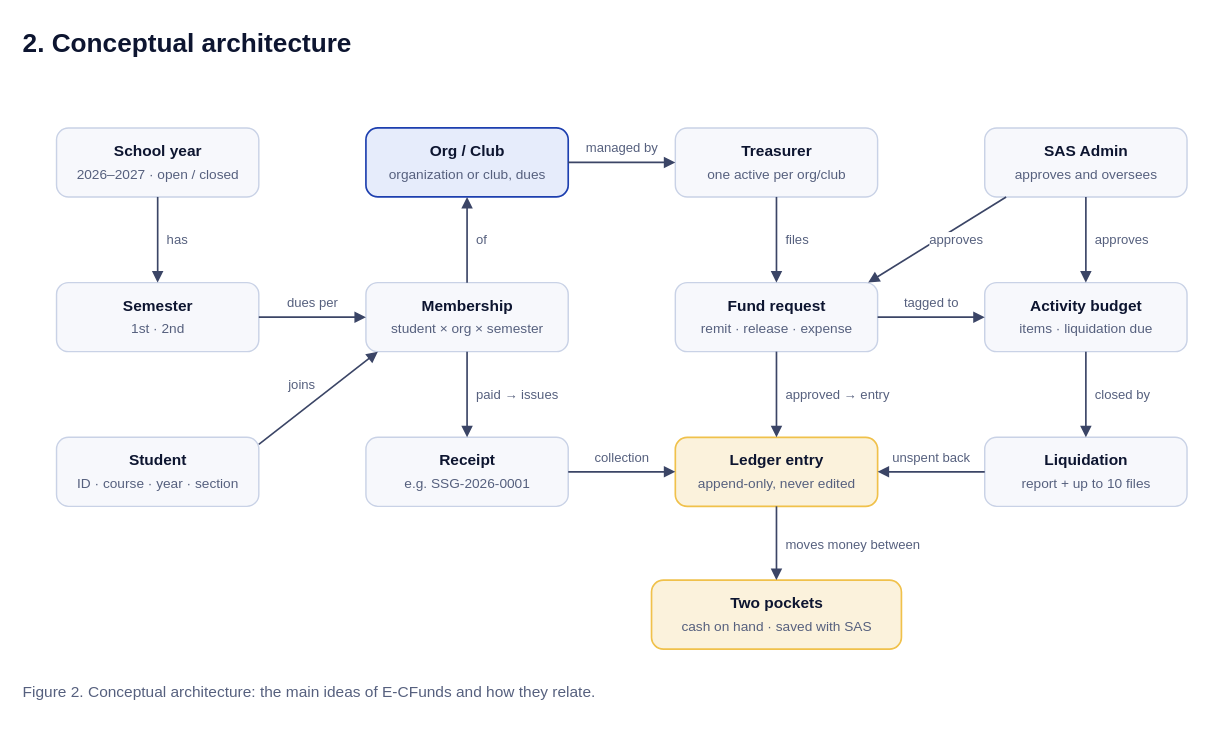
Above: page "2. Conceptual architecture" (2 of 8) of docs/diagrams/E-CFunds-System-Diagrams-editable.drawio in ramosneil/E-CFunds (draw.io), before the change. Source tidied: cells renumbered, new cells numbered last; positions are measured from the earlier drawing's top-left corner, leaving out a move shared by most shapes. Both pictures are drawn from the tidied source at 119%, with x=0, y=0 at pixel (20, 20).
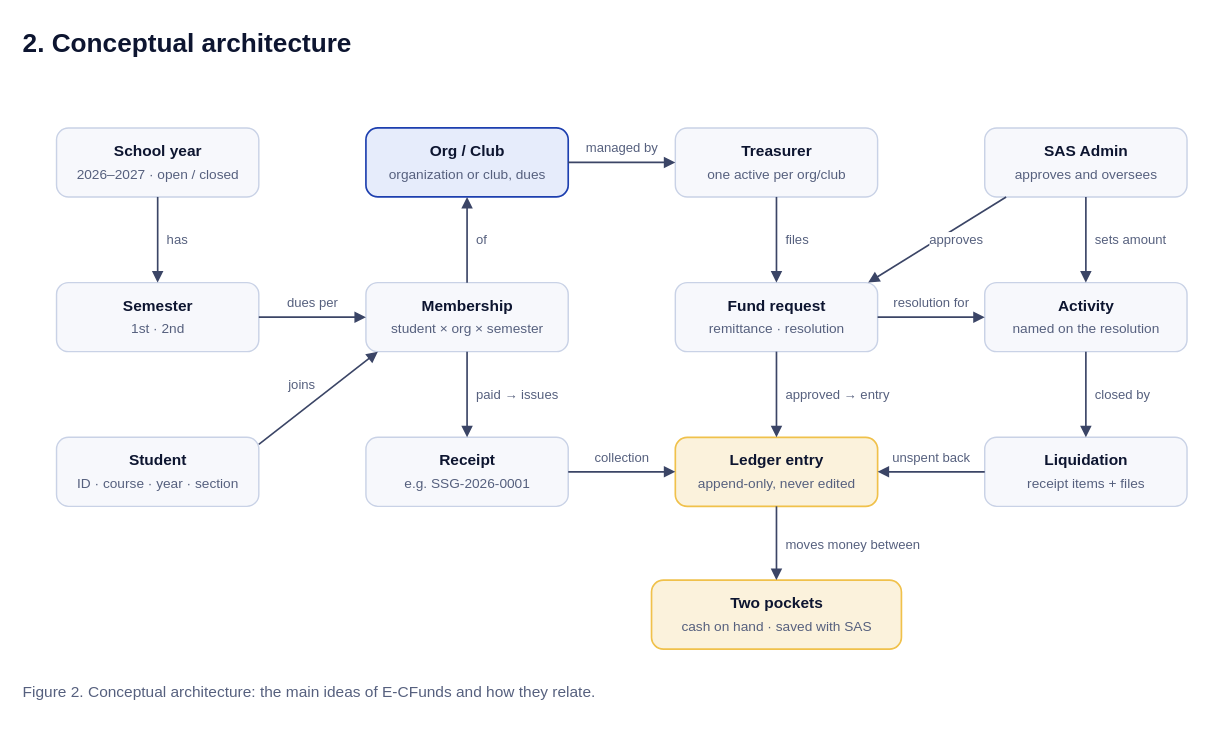
After the change.

What changed in the source:
```diff
@@
-    <mxCell id="23" value="remit · release · expense" style="text;html=1;whiteSpace=nowrap;spacing=0;spacingLeft=0;spacingRight=0;verticalAlign=middle;align=center;fontFamily=Helvetica;fontSize=11.5;fontColor=#56607E;fontStyle=0;" parent="1" vertex="1">
-      <mxGeometry x="545.8" y="250.4" width="178.5" height="17.2" as="geometry" />
+    <mxCell id="23" value="remittance · resolution" style="text;html=1;whiteSpace=nowrap;spacing=0;spacingLeft=0;spacingRight=0;verticalAlign=middle;align=center;fontFamily=Helvetica;fontSize=11.5;fontColor=#56607E;fontStyle=0;" parent="1" vertex="1">
+      <mxGeometry x="552.6" y="250.4" width="164.7" height="17.2" as="geometry" />
     </mxCell>
@@
-    <mxCell id="25" value="Activity budget" style="text;html=1;whiteSpace=nowrap;spacing=0;spacingLeft=0;spacingRight=0;verticalAlign=middle;align=center;fontFamily=Helvetica;fontSize=13.0;fontColor=#0D1530;fontStyle=1;" parent="1" vertex="1">
-      <mxGeometry x="833.5" y="229.7" width="123" height="19.5" as="geometry" />
+    <mxCell id="25" value="Activity" style="text;html=1;whiteSpace=nowrap;spacing=0;spacingLeft=0;spacingRight=0;verticalAlign=middle;align=center;fontFamily=Helvetica;fontSize=13.0;fontColor=#0D1530;fontStyle=1;" parent="1" vertex="1">
+      <mxGeometry x="860.8" y="229.7" width="68.4" height="19.5" as="geometry" />
     </mxCell>
-    <mxCell id="26" value="items · liquidation due" style="text;html=1;whiteSpace=nowrap;spacing=0;spacingLeft=0;spacingRight=0;verticalAlign=middle;align=center;fontFamily=Helvetica;fontSize=11.5;fontColor=#56607E;fontStyle=0;" parent="1" vertex="1">
+    <mxCell id="26" value="named on the resolution" style="text;html=1;whiteSpace=nowrap;spacing=0;spacingLeft=0;spacingRight=0;verticalAlign=middle;align=center;fontFamily=Helvetica;fontSize=11.5;fontColor=#56607E;fontStyle=0;" parent="1" vertex="1">
       <mxGeometry x="812.6" y="250.4" width="164.7" height="17.2" as="geometry" />
     </mxCell>
@@
-    <mxCell id="38" value="report + up to 10 files" style="text;html=1;whiteSpace=nowrap;spacing=0;spacingLeft=0;spacingRight=0;verticalAlign=middle;align=center;fontFamily=Helvetica;fontSize=11.5;fontColor=#56607E;fontStyle=0;" parent="1" vertex="1">
-      <mxGeometry x="812.6" y="380.4" width="164.7" height="17.2" as="geometry" />
+    <mxCell id="38" value="receipt items + files" style="text;html=1;whiteSpace=nowrap;spacing=0;spacingLeft=0;spacingRight=0;verticalAlign=middle;align=center;fontFamily=Helvetica;fontSize=11.5;fontColor=#56607E;fontStyle=0;" parent="1" vertex="1">
+      <mxGeometry x="819.5" y="380.4" width="150.9" height="17.2" as="geometry" />
     </mxCell>
@@
-    <mxCell id="63" value="approves" style="text;html=1;whiteSpace=nowrap;spacing=0;spacingLeft=0;spacingRight=0;verticalAlign=middle;align=left;fontFamily=Helvetica;fontSize=11.0;fontColor=#56607E;fontStyle=0;labelBackgroundColor=#FFFFFF;" parent="1" vertex="1">
-      <mxGeometry x="903" y="175.9" width="58.8" height="16.5" as="geometry" />
+    <mxCell id="63" value="sets amount" style="text;html=1;whiteSpace=nowrap;spacing=0;spacingLeft=0;spacingRight=0;verticalAlign=middle;align=left;fontFamily=Helvetica;fontSize=11.0;fontColor=#56607E;fontStyle=0;labelBackgroundColor=#FFFFFF;" parent="1" vertex="1">
+      <mxGeometry x="903" y="175.9" width="78.6" height="16.5" as="geometry" />
     </mxCell>
@@
-    <mxCell id="65" value="tagged to" style="text;html=1;whiteSpace=nowrap;spacing=0;spacingLeft=0;spacingRight=0;verticalAlign=middle;align=center;fontFamily=Helvetica;fontSize=11.0;fontColor=#56607E;fontStyle=0;labelBackgroundColor=#FFFFFF;" parent="1" vertex="1">
-      <mxGeometry x="732.3" y="228.9" width="65.4" height="16.5" as="geometry" />
+    <mxCell id="65" value="resolution for" style="text;html=1;whiteSpace=nowrap;spacing=0;spacingLeft=0;spacingRight=0;verticalAlign=middle;align=center;fontFamily=Helvetica;fontSize=11.0;fontColor=#56607E;fontStyle=0;labelBackgroundColor=#FFFFFF;" parent="1" vertex="1">
+      <mxGeometry x="715.8" y="228.9" width="98.4" height="16.5" as="geometry" />
     </mxCell>
```
